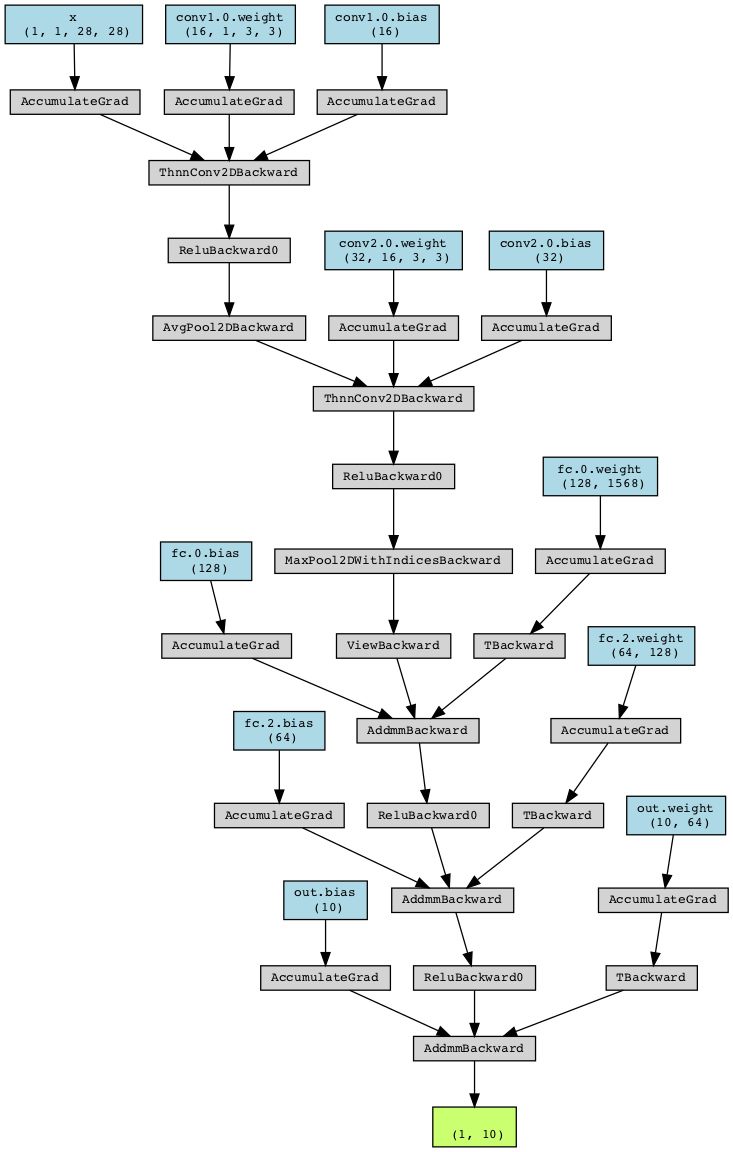
randydkx/C keeps this Graphviz diagram as Python/深度学习入门与实践/Digraph.gv.png. Above is the earlier version. Its source is kept beside it as Python/深度学习入门与实践/Digraph.gv.
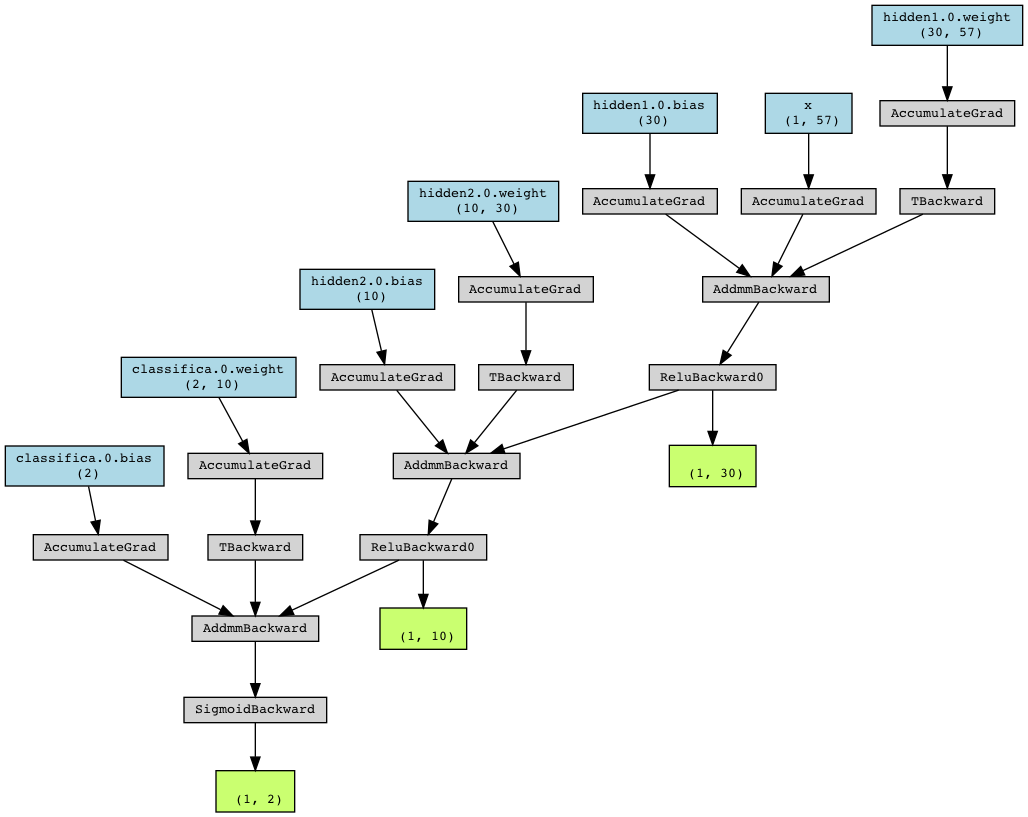
After the commit.

Diff of the diagram source:
```diff
@@ -1,91 +1,65 @@
 digraph {
 	graph [size="12,12"]
 	node [align=left fontname=monospace fontsize=10 height=0.2 ranksep=0.1 shape=box style=filled]
-	140185820839808 [label="
+	140657427992768 [label="
+ (1, 30)" fillcolor=darkolivegreen1]
+	140657427938560 [label=ReluBackward0]
+	140657427938896 -> 140657427938560
+	140657427938896 [label=AddmmBackward]
+	140657427938416 -> 140657427938896
+	140657427958080 [label="hidden1.0.bias
+ (30)" fillcolor=lightblue]
+	140657427958080 -> 140657427938416
+	140657427938416 [label=AccumulateGrad]
+	140657427938224 -> 140657427938896
+	140657427870720 [label="x
+ (1, 57)" fillcolor=lightblue]
+	140657427870720 -> 140657427938224
+	140657427938224 [label=AccumulateGrad]
+	140657427938608 -> 140657427938896
+	140657427938608 [label=TBackward]
+	140657427938704 -> 140657427938608
+	140657427958272 [label="hidden1.0.weight
+ (30, 57)" fillcolor=lightblue]
+	140657427958272 -> 140657427938704
+	140657427938704 [label=AccumulateGrad]
+	140657427938560 -> 140657427992768
+	140657427992832 [label="
  (1, 10)" fillcolor=darkolivegreen1]
-	140185820945040 [label=AddmmBackward]
-	140185822052512 -> 140185820945040
-	140186182469120 [label="out.bias
+	140657427938512 [label=ReluBackward0]
+	140657427938800 -> 140657427938512
+	140657427938800 [label=AddmmBackward]
+	140657427938656 -> 140657427938800
+	140657427958784 [label="hidden2.0.bias
  (10)" fillcolor=lightblue]
-	140186182469120 -> 140185822052512
-	140185822052512 [label=AccumulateGrad]
-	140185822052464 -> 140185820945040
-	140185822052464 [label=ReluBackward0]
-	140185822052608 -> 140185822052464
-	140185822052608 [label=AddmmBackward]
-	140185822052800 -> 140185822052608
-	140186182468352 [label="fc.2.bias
- (64)" fillcolor=lightblue]
-	140186182468352 -> 140185822052800
-	140185822052800 [label=AccumulateGrad]
-	140185822052752 -> 140185822052608
-	140185822052752 [label=ReluBackward0]
-	140185822052896 -> 140185822052752
-	140185822052896 [label=AddmmBackward]
-	140185822053088 -> 140185822052896
-	140186182468160 [label="fc.0.bias
- (128)" fillcolor=lightblue]
-	140186182468160 -> 140185822053088
-	140185822053088 [label=AccumulateGrad]
-	140185822053040 -> 140185822052896
-	140185822053040 [label=ViewBackward]
-	140185822053184 -> 140185822053040
-	140185822053184 [label=MaxPool2DWithIndicesBackward]
-	140185822053376 -> 140185822053184
-	140185822053376 [label=ReluBackward0]
-	140185822053472 -> 140185822053376
-	140185822053472 [label=ThnnConv2DBackward]
-	140185822053568 -> 140185822053472
-	140185822053568 [label=AvgPool2DBackward]
-	140185822053760 -> 140185822053568
-	140185822053760 [label=ReluBackward0]
-	140185822053856 -> 140185822053760
-	140185822053856 [label=ThnnConv2DBackward]
-	140185822053952 -> 140185822053856
-	140185820838464 [label="x
- (1, 1, 28, 28)" fillcolor=lightblue]
-	140185820838464 -> 140185822053952
-	140185822053952 [label=AccumulateGrad]
-	140185822053904 -> 140185822053856
-	140186175008448 [label="conv1.0.weight
- (16, 1, 3, 3)" fillcolor=lightblue]
-	140186175008448 -> 140185822053904
-	140185822053904 [label=AccumulateGrad]
-	140185822053664 -> 140185822053856
-	140186182467776 [label="conv1.0.bias
- (16)" fillcolor=lightblue]
-	140186182467776 -> 140185822053664
-	140185822053664 [label=AccumulateGrad]
-	140185822053520 -> 140185822053472
-	140186176374912 [label="conv2.0.weight
- (32, 16, 3, 3)" fillcolor=lightblue]
-	140186176374912 -> 140185822053520
-	140185822053520 [label=AccumulateGrad]
-	140185822053280 -> 140185822053472
-	140186176382272 [label="conv2.0.bias
- (32)" fillcolor=lightblue]
-	140186176382272 -> 140185822053280
-	140185822053280 [label=AccumulateGrad]
-	140185822052992 -> 140185822052896
-	140185822052992 [label=TBackward]
-	140185822053424 -> 140185822052992
-	140186182467968 [label="fc.0.weight
- (128, 1568)" fillcolor=lightblue]
-	140186182467968 -> 140185822053424
-	140185822053424 [label=AccumulateGrad]
-	140185822052704 -> 140185822052608
-	140185822052704 [label=TBackward]
-	140185822053328 -> 140185822052704
-	140186182468224 [label="fc.2.weight
- (64, 128)" fillcolor=lightblue]
-	140186182468224 -> 140185822053328
-	140185822053328 [label=AccumulateGrad]
-	140185822052416 -> 140185820945040
-	140185822052416 [label=TBackward]
-	140185822053136 -> 140185822052416
-	140186182468928 [label="out.weight
- (10, 64)" fillcolor=lightblue]
-	140186182468928 -> 140185822053136
-	140185822053136 [label=AccumulateGrad]
-	140185820945040 -> 140185820839808
+	140657427958784 -> 140657427938656
+	140657427938656 [label=AccumulateGrad]
+	140657427938560 -> 140657427938800
+	140657427938752 -> 140657427938800
+	140657427938752 [label=TBackward]
+	140657427938848 -> 140657427938752
+	140657427958656 [label="hidden2.0.weight
+ (10, 30)" fillcolor=lightblue]
+	140657427958656 -> 140657427938848
+	140657427938848 [label=AccumulateGrad]
+	140657427938512 -> 140657427992832
+	140657427992896 [label="
+ (1, 2)" fillcolor=darkolivegreen1]
+	140657427938944 [label=SigmoidBackward]
+	140657427939136 -> 140657427938944
+	140657427939136 [label=AddmmBackward]
+	140657427939040 -> 140657427939136
+	140657427959360 [label="classifica.0.bias
+ (2)" fillcolor=lightblue]
+	140657427959360 -> 140657427939040
+	140657427939040 [label=AccumulateGrad]
+	140657427938512 -> 140657427939136
+	140657427939088 -> 140657427939136
+	140657427939088 [label=TBackward]
+	140657427939184 -> 140657427939088
+	140657427959232 [label="classifica.0.weight
+ (2, 10)" fillcolor=lightblue]
+	140657427959232 -> 140657427939184
+	140657427939184 [label=AccumulateGrad]
+	140657427938944 -> 140657427992896
 }
```
